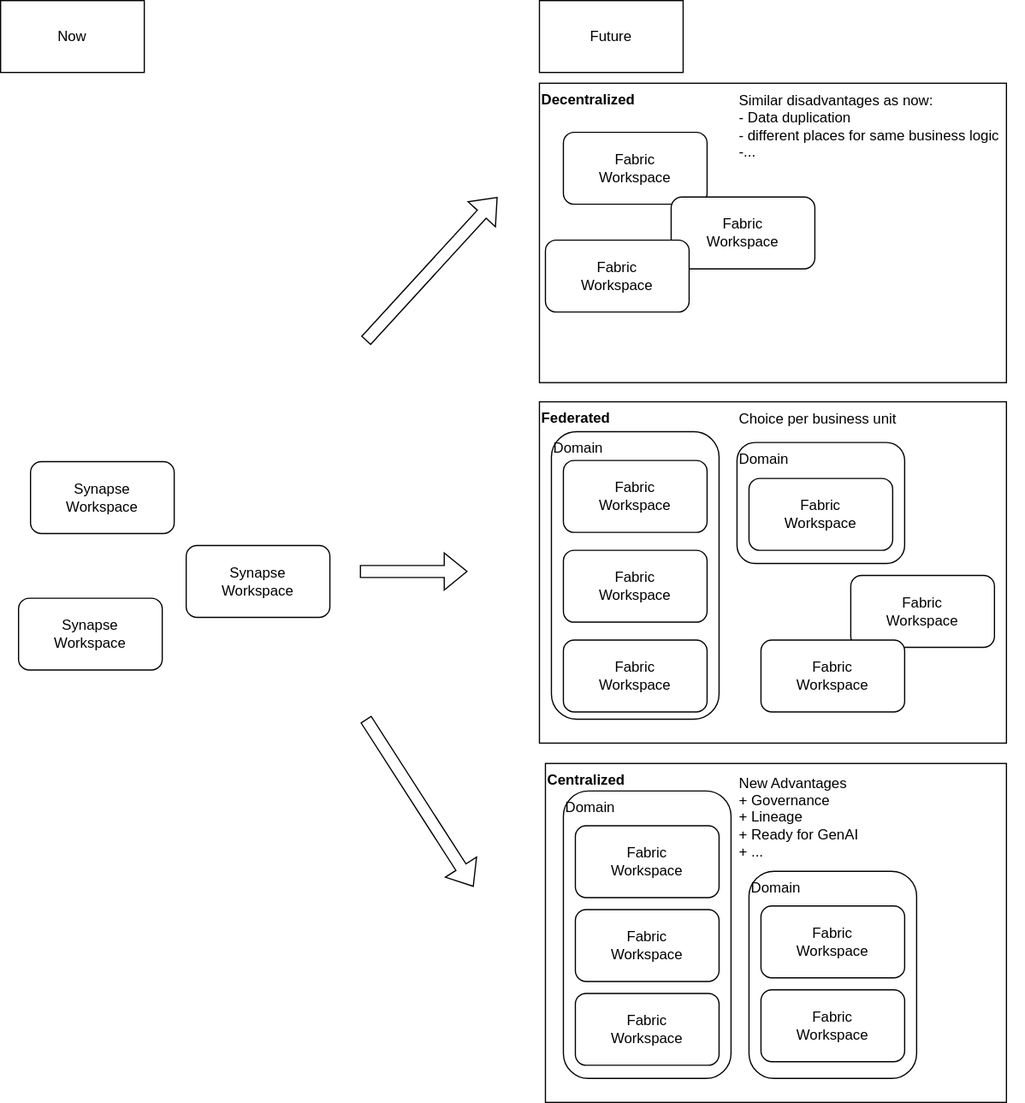
This is Fabric_governance_type.svg from jugi92/useful_architectures, a draw.io export, as it was before one commit. Source tidied: cells renumbered, new cells last; positions are measured from the earlier drawing's top-left corner, leaving out a move shared by most shapes.
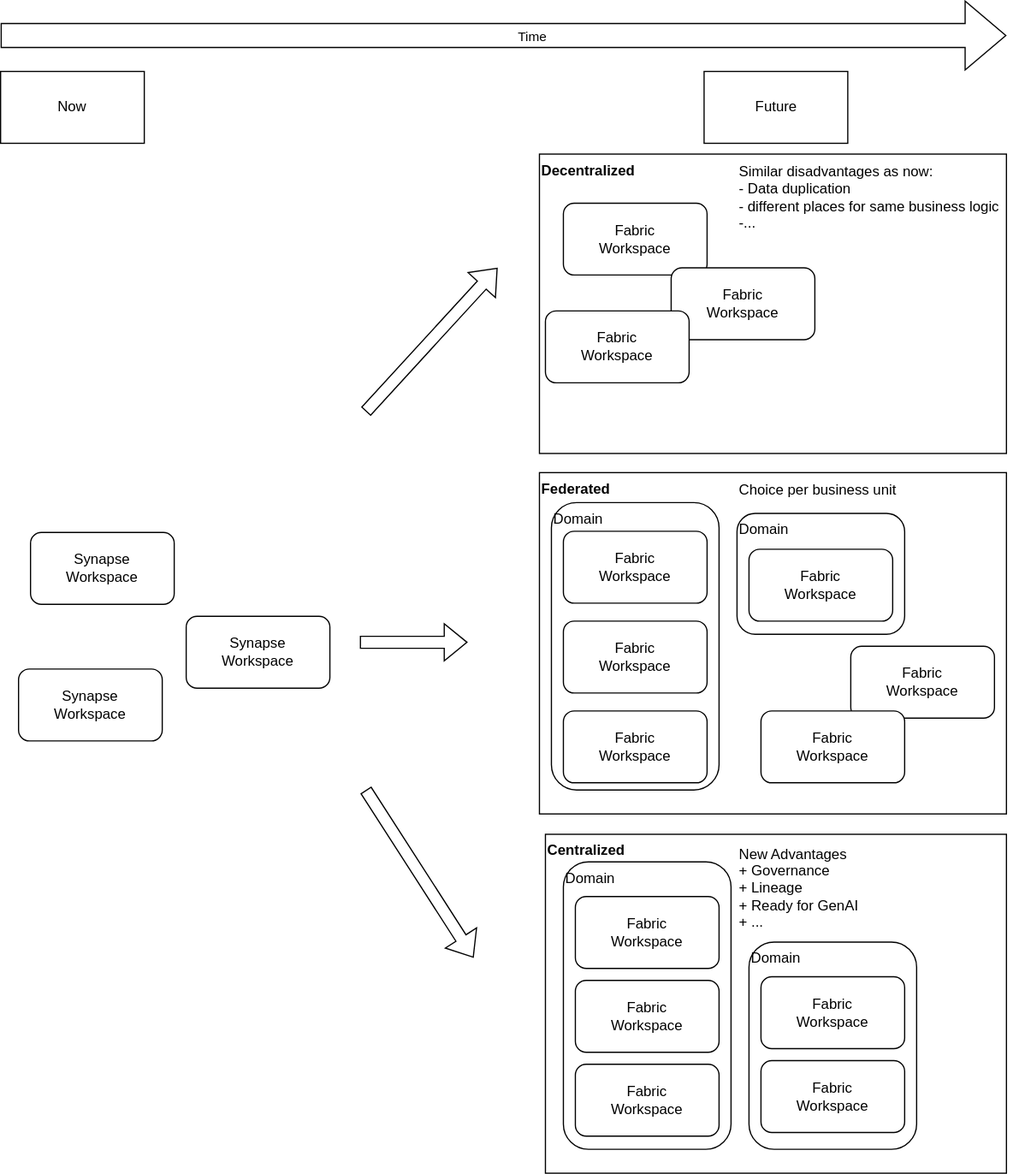
The same file after the commit.

The edit, as a diff of the source:
```diff
@@ -33,7 +33,7 @@
       <mxGeometry x="15" y="499" width="120" height="60" as="geometry" />
     </mxCell>
     <mxCell id="12" value="Future" style="rounded=0;whiteSpace=wrap;html=1;" parent="1" vertex="1">
-      <mxGeometry x="450" width="120" height="60" as="geometry" />
+      <mxGeometry x="587.5" width="120" height="60" as="geometry" />
     </mxCell>
     <mxCell id="13" value="&lt;div&gt;Fabric&lt;/div&gt;Workspace" style="rounded=1;whiteSpace=wrap;html=1;" parent="1" vertex="1">
       <mxGeometry x="470" y="110" width="120" height="60" as="geometry" />
@@ -107,5 +107,16 @@
         <mxPoint x="415" y="164" as="targetPoint" />
       </mxGeometry>
     </mxCell>
+    <mxCell id="34" style="shape=flexArrow;endArrow=classic;html=1;rounded=0;endWidth=36.55172413793104;endSize=11;width=20;" parent="1" edge="1">
+      <mxGeometry relative="1" as="geometry">
+        <mxPoint y="-30" as="sourcePoint" />
+        <mxPoint x="840" y="-30" as="targetPoint" />
+      </mxGeometry>
+    </mxCell>
+    <mxCell id="35" value="Time" style="edgeLabel;html=1;align=center;verticalAlign=middle;" parent="34" vertex="1">
+      <mxGeometry x="0.06" y="-1" relative="1" as="geometry">
+        <mxPoint x="-1" y="-1" as="offset" />
+      </mxGeometry>
+    </mxCell>
   </root>
 </mxGraphModel>
```
